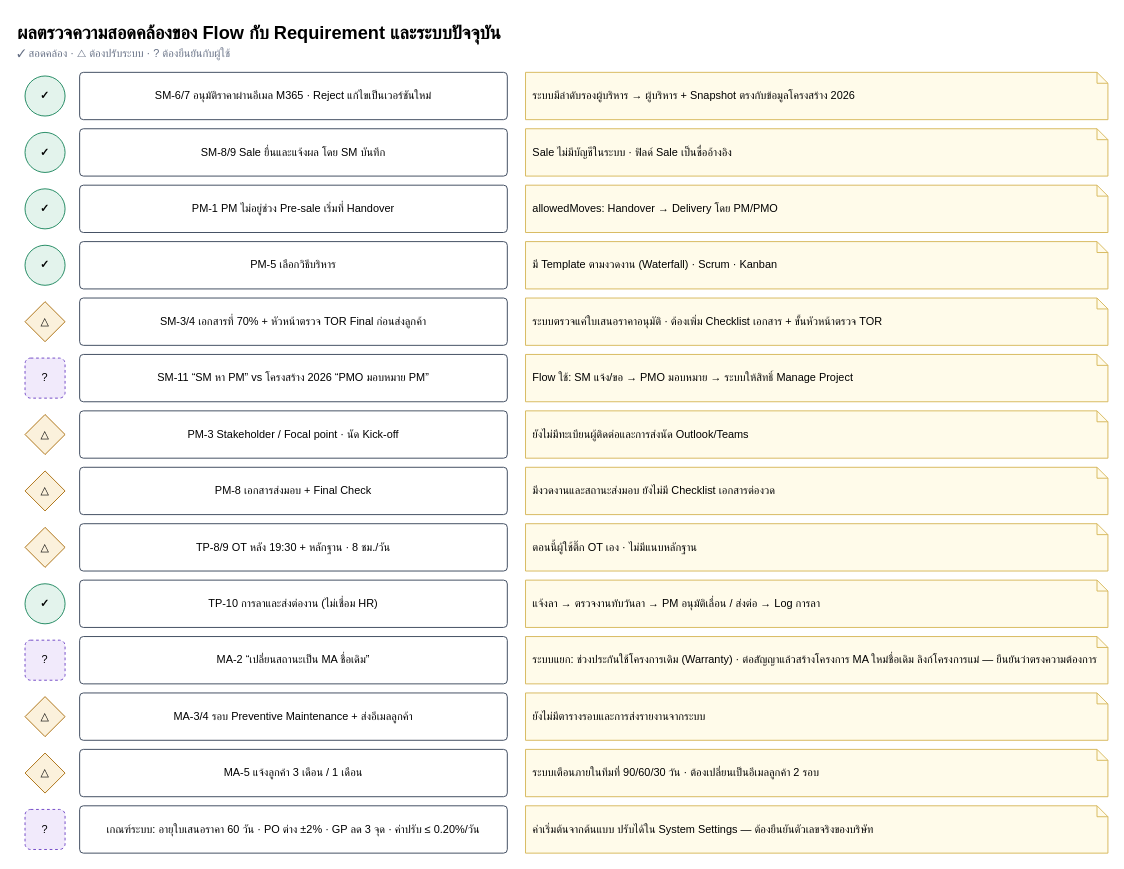
The draw.io diagram page "ตรวจสอบความสอดคล้อง" (31 of 31) of salesflow/docs/diagrams/one-platform-flows.drawio in Ruttanachote/Ai, before the edit. Source tidied: cells renumbered, new cells numbered last; positions are measured from the earlier drawing's top-left corner, leaving out a move shared by most shapes. Both pictures are drawn from the tidied source at 91%, with x=0, y=0 at pixel (15, 15).
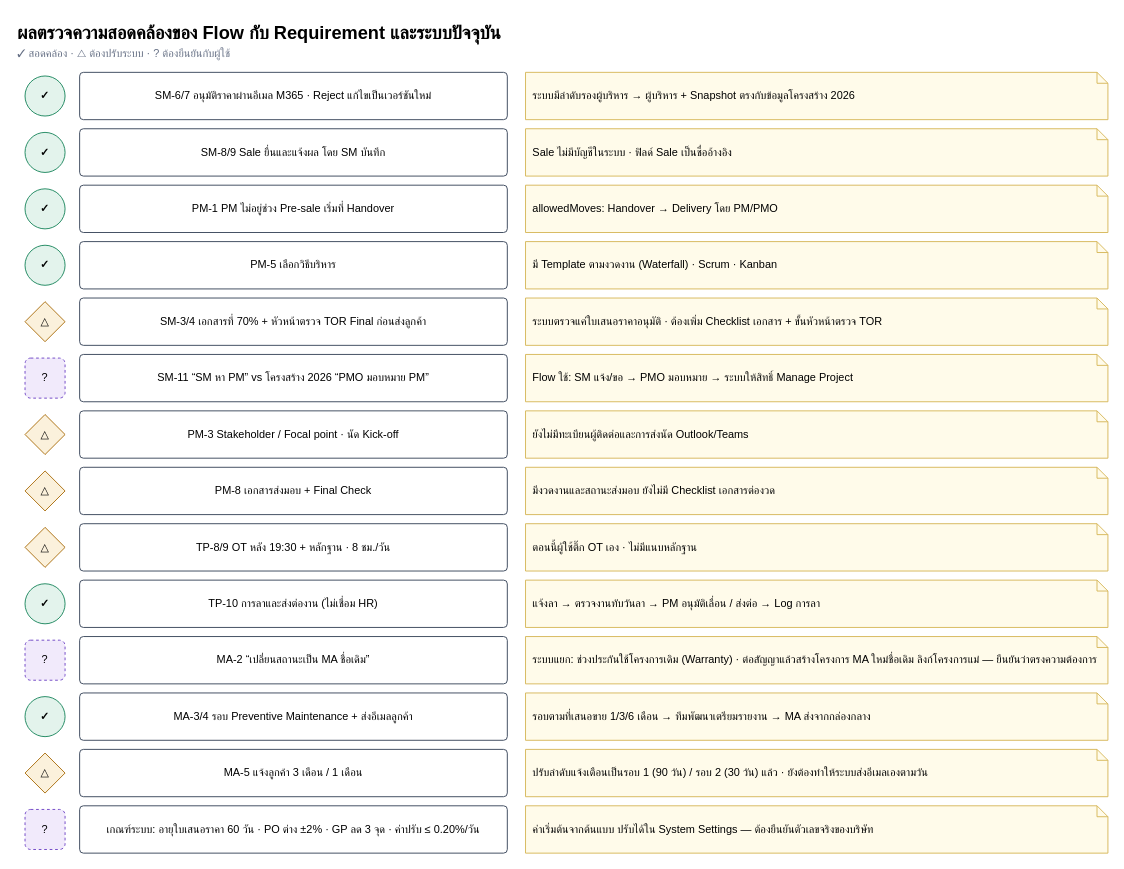
Above is the later version.

The edit, as a diff of the source:
```diff
@@
-    <mxCell id="37" value="△" style="rhombus;whiteSpace=wrap;html=1;fillColor=#FBF1DC;strokeColor=#A86A08;fontFamily=Prompt;" parent="1" vertex="1">
+    <mxCell id="37" value="✓" style="ellipse;whiteSpace=wrap;html=1;fillColor=#E3F3EC;strokeColor=#17845A;fontStyle=1;fontFamily=Prompt;" parent="1" vertex="1">
       <mxGeometry x="10" y="748" width="44" height="44" as="geometry" />
     </mxCell>
@@
-    <mxCell id="39" value="ยังไม่มีตารางรอบและการส่งรายงานจากระบบ" style="shape=note;whiteSpace=wrap;html=1;fillColor=#FFFBEA;strokeColor=#D6B656;size=12;align=left;spacingLeft=6;fontFamily=Prompt;" parent="1" vertex="1">
+    <mxCell id="39" value="รอบตามที่เสนอขาย 1/3/6 เดือน → ทีมพัฒนาเตรียมรายงาน → MA ส่งจากกล่องกลาง" style="shape=note;whiteSpace=wrap;html=1;fillColor=#FFFBEA;strokeColor=#D6B656;size=12;align=left;spacingLeft=6;fontFamily=Prompt;" parent="1" vertex="1">
       <mxGeometry x="560" y="744" width="640" height="52" as="geometry" />
     </mxCell>
@@
-    <mxCell id="42" value="ระบบเตือนภายในทีมที่ 90/60/30 วัน · ต้องเปลี่ยนเป็นอีเมลลูกค้า 2 รอบ" style="shape=note;whiteSpace=wrap;html=1;fillColor=#FFFBEA;strokeColor=#D6B656;size=12;align=left;spacingLeft=6;fontFamily=Prompt;" parent="1" vertex="1">
+    <mxCell id="42" value="ปรับลำดับแจ้งเตือนเป็นรอบ 1 (90 วัน) / รอบ 2 (30 วัน) แล้ว · ยังต้องทำให้ระบบส่งอีเมลเองตามวัน" style="shape=note;whiteSpace=wrap;html=1;fillColor=#FFFBEA;strokeColor=#D6B656;size=12;align=left;spacingLeft=6;fontFamily=Prompt;" parent="1" vertex="1">
       <mxGeometry x="560" y="806" width="640" height="52" as="geometry" />
     </mxCell>
```
